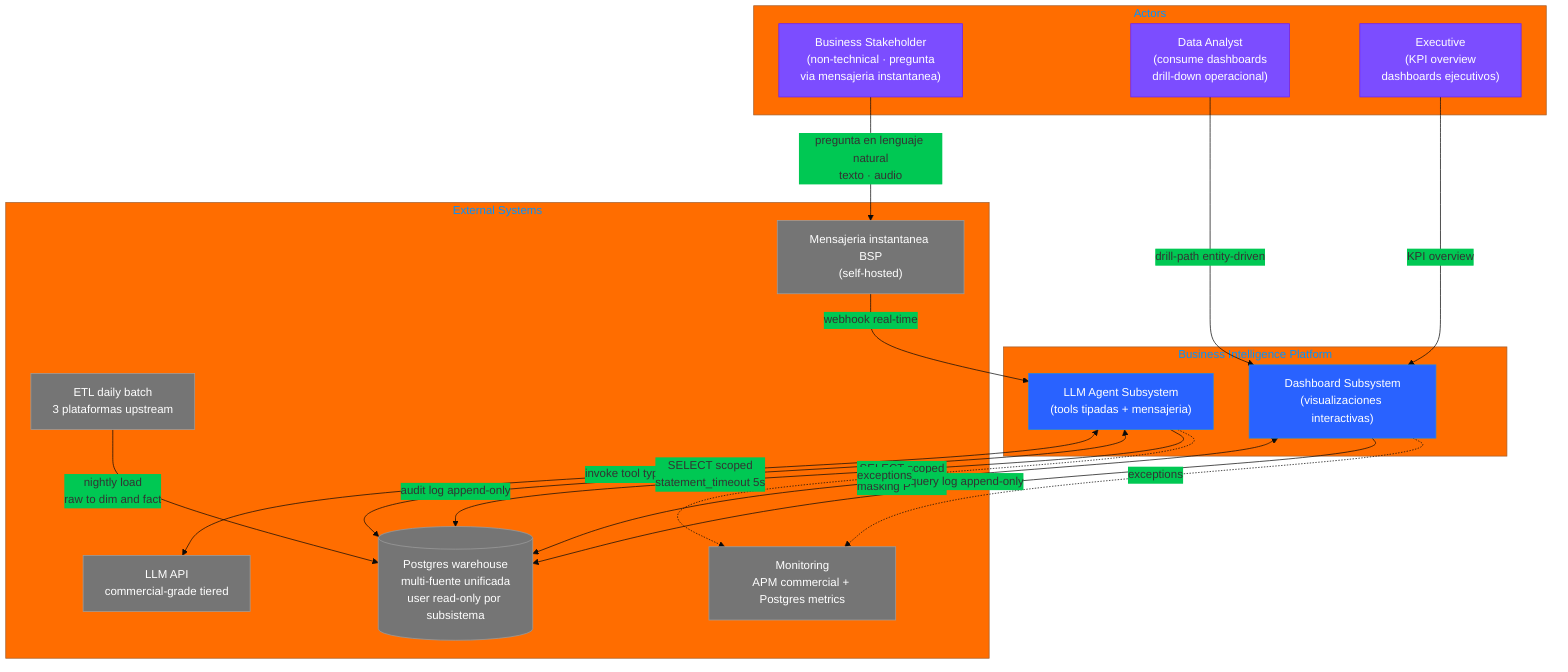
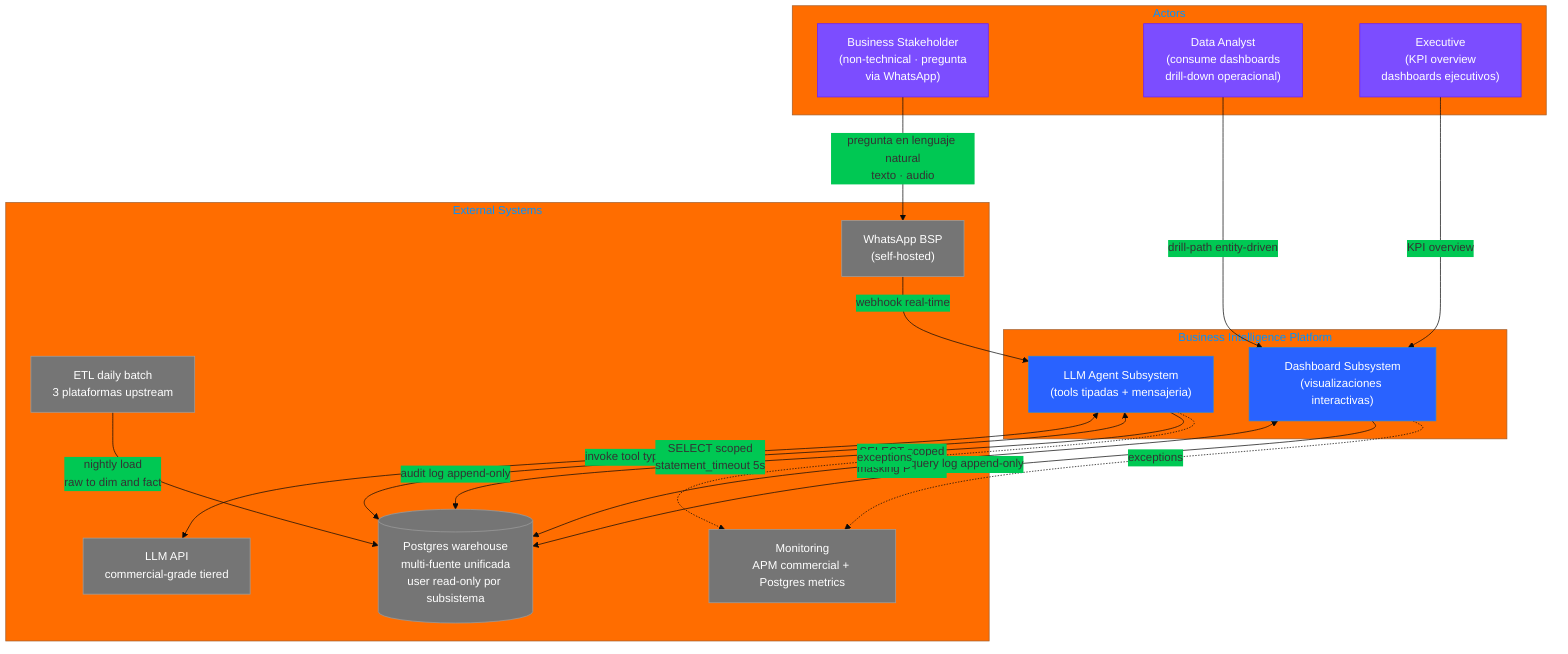
%%{init: {'theme': 'base', 'themeVariables': { 'primaryColor': '#2962FF', 'secondaryColor': '#00C853', 'tertiaryColor': '#FF6D00'}}}%%

flowchart TB
    subgraph actors["Actors"]
-         STAKE["Business Stakeholder<br/>(non-technical · pregunta<br/>via mensajeria instantanea)"]
+         STAKE["Business Stakeholder<br/>(non-technical · pregunta<br/>via WhatsApp)"]
        ANALYST["Data Analyst<br/>(consume dashboards<br/>drill-down operacional)"]
        EXEC["Executive<br/>(KPI overview<br/>dashboards ejecutivos)"]
    end

    subgraph platform["Business Intelligence Platform"]
        BOT["LLM Agent Subsystem<br/>(tools tipadas + mensajeria)"]
        DASH["Dashboard Subsystem<br/>(visualizaciones interactivas)"]
    end

    subgraph ext["External Systems"]
-         WA["Mensajeria instantanea BSP<br/>(self-hosted)"]
+         WA["WhatsApp BSP<br/>(self-hosted)"]
        LLM["LLM API<br/>commercial-grade tiered"]
        DB[("Postgres warehouse<br/>multi-fuente unificada<br/>user read-only por subsistema")]
        ETL["ETL daily batch<br/>3 plataformas upstream"]
        MON["Monitoring<br/>APM commercial + Postgres metrics"]
    end

    STAKE -->|pregunta en lenguaje natural<br/>texto · audio| WA
    WA -->|webhook real-time| BOT
    ANALYST -->|drill-path entity-driven| DASH
    EXEC -->|KPI overview| DASH

    BOT <-->|invoke tool typed| LLM
    BOT <-->|SELECT scoped<br/>statement_timeout 5s| DB
    DASH <-->|SELECT scoped<br/>masking PII inline| DB

    ETL -->|nightly load<br/>raw to dim and fact| DB
    BOT -->|audit log append-only| DB
    DASH -->|query log append-only| DB

    BOT -.->|exceptions| MON
    DASH -.->|exceptions| MON

    classDef actor fill:#7C4DFF,stroke:#651FFF,color:white
    classDef platform fill:#2962FF,stroke:#1E88E5,color:white
    classDef external fill:#757575,stroke:#9E9E9E,color:white

    class STAKE,ANALYST,EXEC actor
    class BOT,DASH platform
    class WA,LLM,DB,ETL,MON external

%% Notes
%% Dos subsistemas aislados del mismo cliente:
- %% Bot conversacional con tools tipadas via mensajeria instantanea.
+ %% Bot conversacional con tools tipadas via WhatsApp.
%% Dashboard analytics con visualizaciones interactivas.
%% BD compartida pero con users Postgres separados por subsistema.
